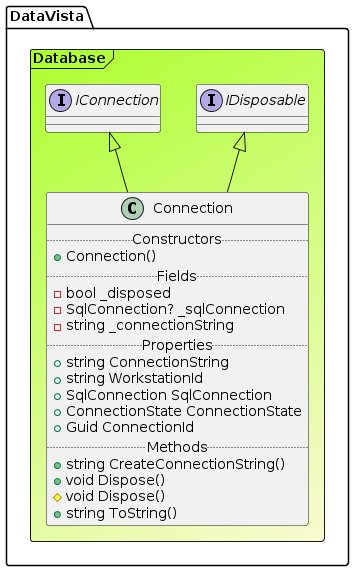
Above: Resources/Documents/Class Diagrams/Connection.png in grimy86/DataVista (PlantUML), before the change.
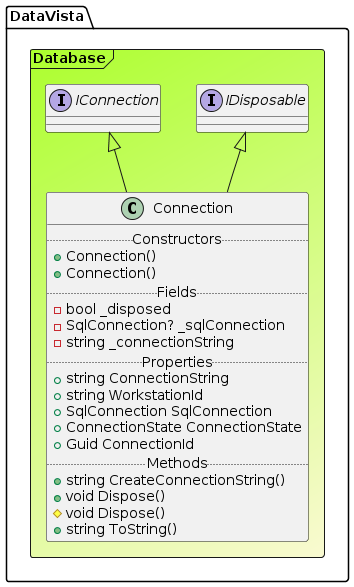
The same diagram one commit later.

The edit, as a diff of the source:
```diff
@@ -5,6 +5,7 @@
 interface "IDisposable" as IDisposable
 class Connection extends IConnection, IDisposable{
 .. Constructors ..
++Connection()
 +Connection()
 .. Fields ..
 -bool _disposed
```
